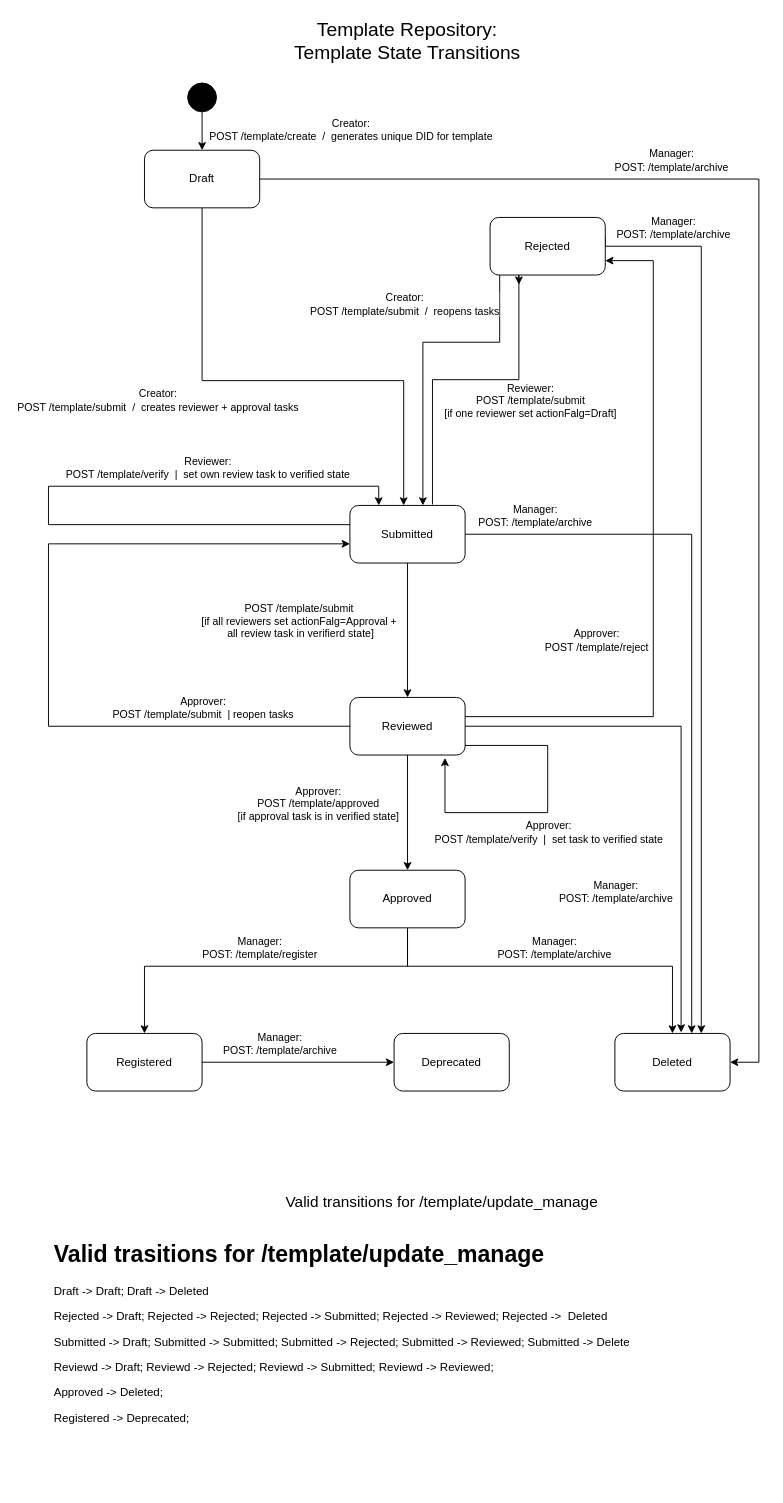
This is DCS/docs/template_repository_state_transitions.drawio from arnemileswinter/facis, a draw.io file, before an edit. Source tidied: cells renumbered, new cells numbered last; positions are measured from the earlier drawing's top-left corner, leaving out a move shared by most shapes. Both pictures are drawn from the tidied source at 96%, with x=0, y=0 at pixel (48, 25).
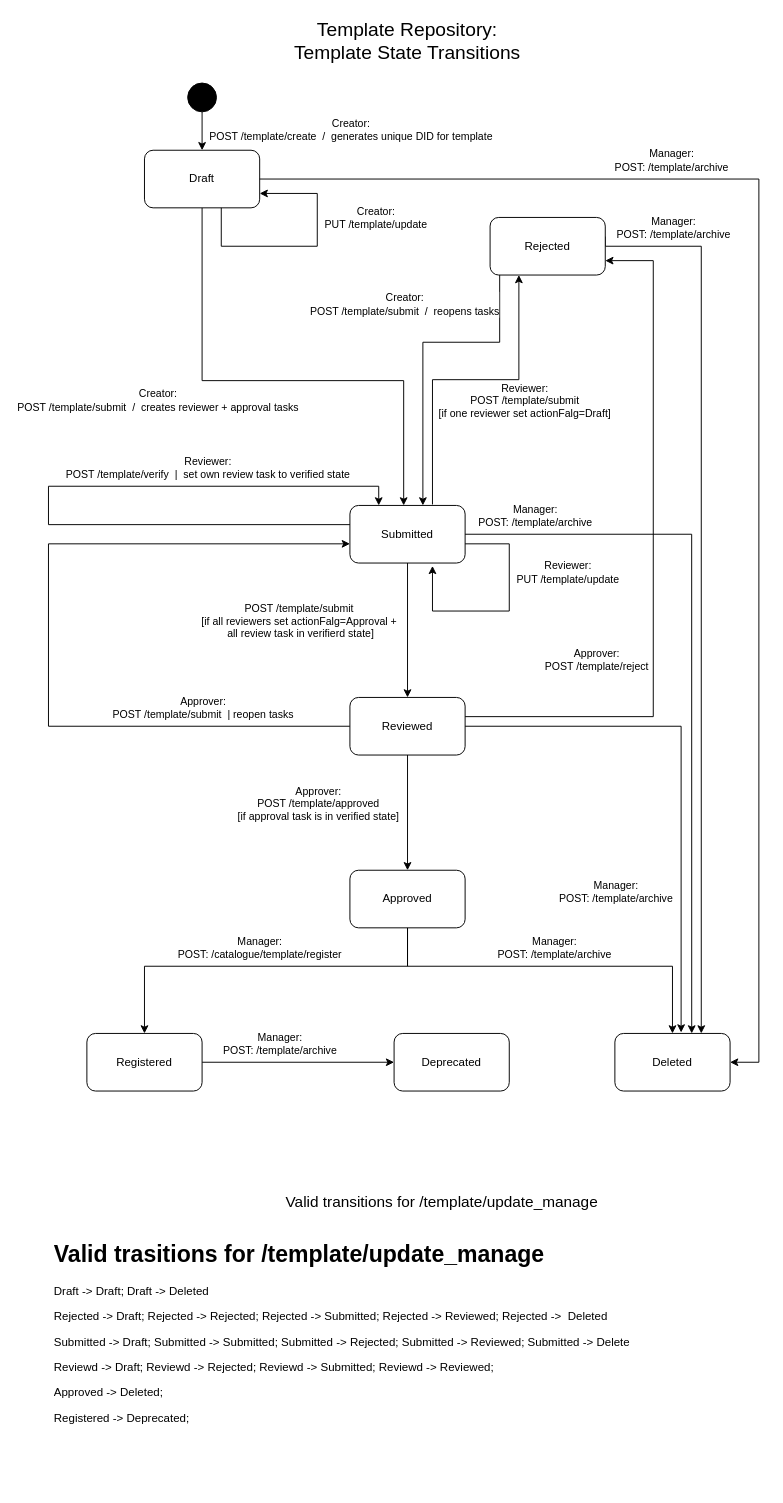
The same page after the edit.

Commit message (it also covers changes not shown here):
DCS Backend: Some diagram changes

The change refers to these unchanged cells:
```xml
<mxCell id="4" value="Draft" style="rounded=1;whiteSpace=wrap;html=1;" parent="1" vertex="1">
  <mxGeometry x="100" y="130" width="120" height="60" as="geometry" />
</mxCell>
<mxCell id="9" value="Rejected" style="rounded=1;whiteSpace=wrap;html=1;" parent="1" vertex="1">
  <mxGeometry x="460" y="200" width="120" height="60" as="geometry" />
</mxCell>
<mxCell id="13" value="Submitted" style="rounded=1;whiteSpace=wrap;html=1;" parent="1" vertex="1">
  <mxGeometry x="314" y="500" width="120" height="60" as="geometry" />
</mxCell>
<mxCell id="18" value="Reviewed" style="rounded=1;whiteSpace=wrap;html=1;" parent="1" vertex="1">
  <mxGeometry x="314" y="700" width="120" height="60" as="geometry" />
</mxCell>
<mxCell id="19" style="edgeStyle=orthogonalEdgeStyle;rounded=0;jettySize=auto;html=1;entryX=0.5;entryY=0;entryDx=0;entryDy=0;" parent="1" edge="1" source="23" target="26">
  <mxGeometry relative="1" as="geometry">
    <Array as="points">
      <mxPoint x="374" y="980" />
      <mxPoint x="100" y="980" />
    </Array>
  </mxGeometry>
</mxCell>
<mxCell id="37" style="edgeStyle=orthogonalEdgeStyle;rounded=0;jettySize=auto;html=1;entryX=1;entryY=0.75;entryDx=0;entryDy=0;" parent="1" edge="1" source="18" target="9">
  <mxGeometry relative="1" as="geometry">
    <Array as="points">
      <mxPoint x="630" y="720" />
      <mxPoint x="630" y="245" />
    </Array>
  </mxGeometry>
</mxCell>
```

The edit, as a diff of the source:
```diff
@@
-    <mxCell id="20" value="&lt;div&gt;&lt;div&gt;Manager:&lt;div&gt;POST: /template/register&lt;/div&gt;&lt;/div&gt;&lt;/div&gt;" style="edgeLabel;html=1;align=center;verticalAlign=middle;" parent="19" vertex="1">
+    <mxCell id="20" value="&lt;div&gt;&lt;div&gt;Manager:&lt;div&gt;POST: /catalogue/template/register&lt;/div&gt;&lt;/div&gt;&lt;/div&gt;" style="edgeLabel;html=1;align=center;verticalAlign=middle;" parent="19" vertex="1">
       <mxGeometry x="0.14" y="1" relative="1" as="geometry">
         <mxPoint x="24" y="-21" as="offset" />
       </mxGeometry>
     </mxCell>
@@
-    <mxCell id="31" style="edgeStyle=orthogonalEdgeStyle;rounded=0;orthogonalLoop=1;jettySize=auto;html=1;" parent="1" edge="1">
+    <mxCell id="31" style="edgeStyle=orthogonalEdgeStyle;rounded=0;jettySize=auto;html=1;entryX=0.25;entryY=1;entryDx=0;entryDy=0;" parent="1" edge="1" target="9">
       <mxGeometry relative="1" as="geometry">
         <mxPoint x="400" y="499" as="sourcePoint" />
-        <mxPoint x="490" y="270" as="targetPoint" />
         <Array as="points">
           <mxPoint x="400" y="369" />
           <mxPoint x="490" y="369" />
-          <mxPoint x="490" y="260" />
         </Array>
       </mxGeometry>
     </mxCell>
@@
-    <mxCell id="35" style="edgeStyle=orthogonalEdgeStyle;rounded=0;orthogonalLoop=1;jettySize=auto;html=1;entryX=0.825;entryY=1.05;entryDx=0;entryDy=0;entryPerimeter=0;" parent="1" edge="1" source="18" target="18">
-      <mxGeometry relative="1" as="geometry">
-        <Array as="points">
-          <mxPoint x="520" y="750" />
-          <mxPoint x="520" y="820" />
-          <mxPoint x="413" y="820" />
-        </Array>
-      </mxGeometry>
-    </mxCell>
-    <mxCell id="36" value="Approver:&lt;div&gt;POST /template/verify&amp;nbsp; |&amp;nbsp; set task to verified state&lt;/div&gt;" style="edgeLabel;html=1;align=center;verticalAlign=middle;" parent="35" vertex="1">
-      <mxGeometry x="0.59" y="1" relative="1" as="geometry">
-        <mxPoint x="98" y="19" as="offset" />
-      </mxGeometry>
-    </mxCell>
@@
     <mxCell id="38" value="Approver:&lt;div&gt;POST /template/reject&lt;/div&gt;" style="edgeLabel;html=1;align=center;verticalAlign=middle;" parent="37" vertex="1">
       <mxGeometry x="-0.81" y="4" relative="1" as="geometry">
-        <mxPoint x="68" y="-76" as="offset" />
+        <mxPoint x="68" y="-56" as="offset" />
       </mxGeometry>
     </mxCell>
@@
+    <mxCell id="49" style="edgeStyle=orthogonalEdgeStyle;rounded=0;orthogonalLoop=1;jettySize=auto;html=1;entryX=1;entryY=0.75;entryDx=0;entryDy=0;" parent="1" edge="1" source="4" target="4">
+      <mxGeometry relative="1" as="geometry">
+        <Array as="points">
+          <mxPoint x="180" y="230" />
+          <mxPoint x="280" y="230" />
+          <mxPoint x="280" y="175" />
+        </Array>
+      </mxGeometry>
+    </mxCell>
+    <mxCell id="50" style="edgeLabel;html=1;align=center;verticalAlign=middle;" parent="49" vertex="1">
+      <mxGeometry x="0.28" y="-4" relative="1" as="geometry" />
+    </mxCell>
+    <mxCell id="51" value="Creator:&lt;div&gt;PUT /template/update&lt;/div&gt;" style="edgeLabel;html=1;align=center;verticalAlign=middle;" parent="49" vertex="1">
+      <mxGeometry x="0.26" y="-5" relative="1" as="geometry">
+        <mxPoint x="55" y="-9" as="offset" />
+      </mxGeometry>
+    </mxCell>
+    <mxCell id="52" style="edgeStyle=orthogonalEdgeStyle;rounded=0;jettySize=auto;html=1;" parent="1" edge="1" source="13">
+      <mxGeometry relative="1" as="geometry">
+        <mxPoint x="400" y="563" as="targetPoint" />
+        <Array as="points">
+          <mxPoint x="480" y="540" />
+          <mxPoint x="480" y="610" />
+          <mxPoint x="400" y="610" />
+        </Array>
+      </mxGeometry>
+    </mxCell>
+    <mxCell id="53" value="Reviewer:&lt;div&gt;PUT /template/update&lt;/div&gt;" style="edgeLabel;html=1;align=center;verticalAlign=middle;" parent="52" vertex="1">
+      <mxGeometry x="-0.28" y="2" relative="1" as="geometry">
+        <mxPoint x="58" y="-12" as="offset" />
+      </mxGeometry>
+    </mxCell>
```
